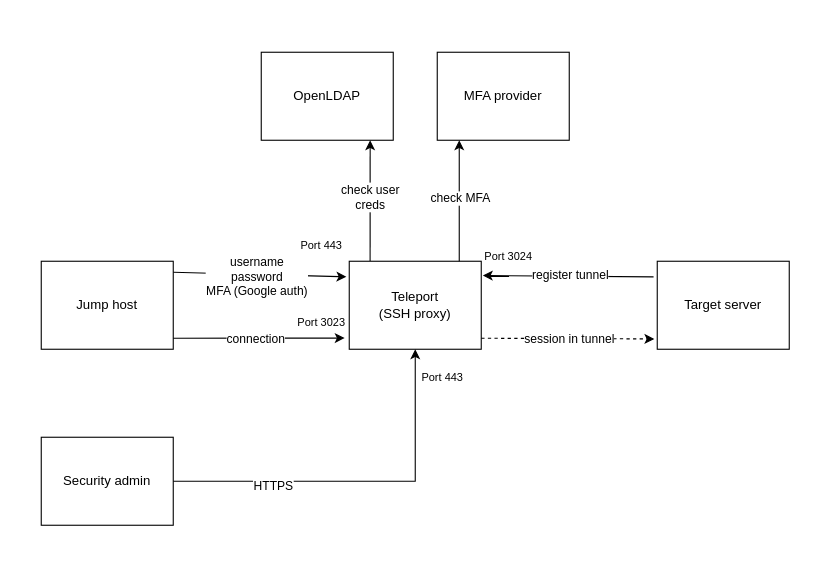
This is diagram/teleport.drawio from mbps54/ssh_vault_ca_lab, a draw.io file, before an edit. Source tidied: cells renumbered, new cells numbered last; positions are measured from the earlier drawing's top-left corner, leaving out a move shared by most shapes. Both pictures are drawn from the tidied source at 110%, with x=0, y=0 at pixel (41, 52).
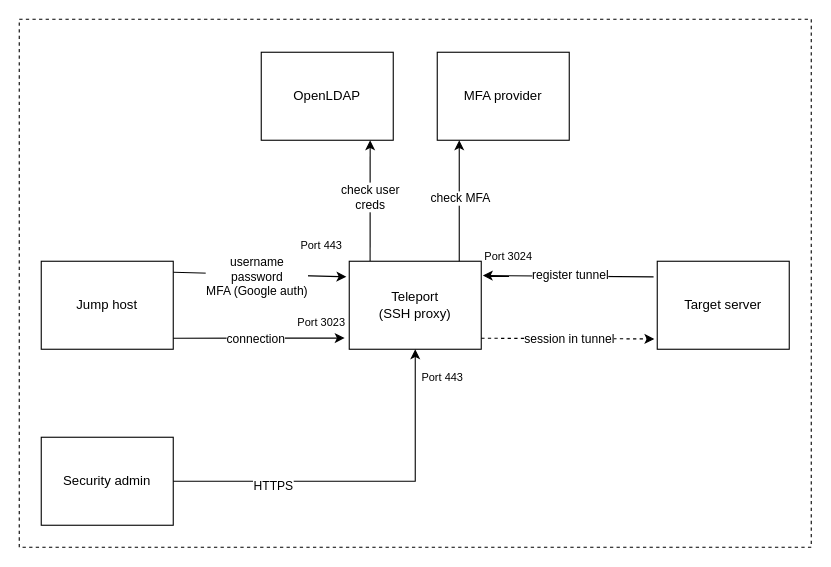
After the change.

Diff of the diagram source:
```diff
@@
+    <mxCell id="26" style="rounded=0;whiteSpace=wrap;html=1;fillColor=none;dashed=1;" parent="1" vertex="1">
+      <mxGeometry x="-20" y="-30" width="720" height="480" as="geometry" />
+    </mxCell>
```
